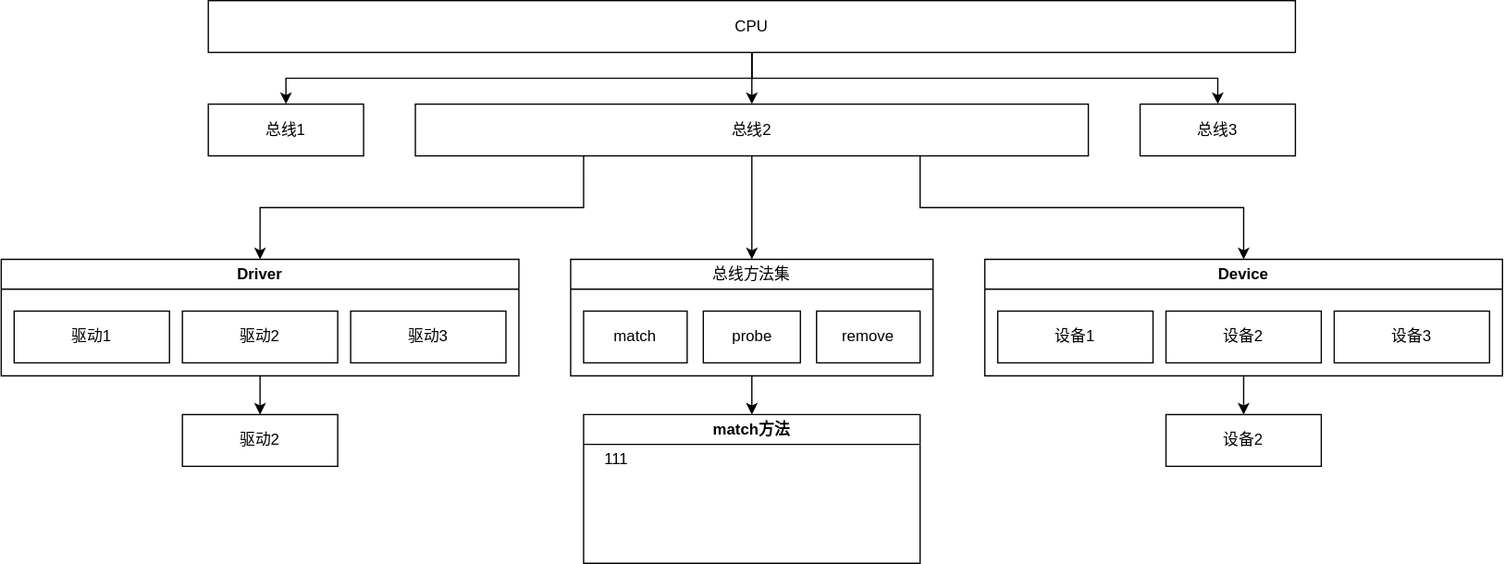
h13-0/Notebooks keeps this draw.io diagram as Linux内核原理及其开发/Resources/V4L2设备层级.drawio.svg. Above is the earlier version. Source tidied: cells renumbered, new cells last; positions are measured from the earlier drawing's top-left corner, leaving out a move shared by most shapes.
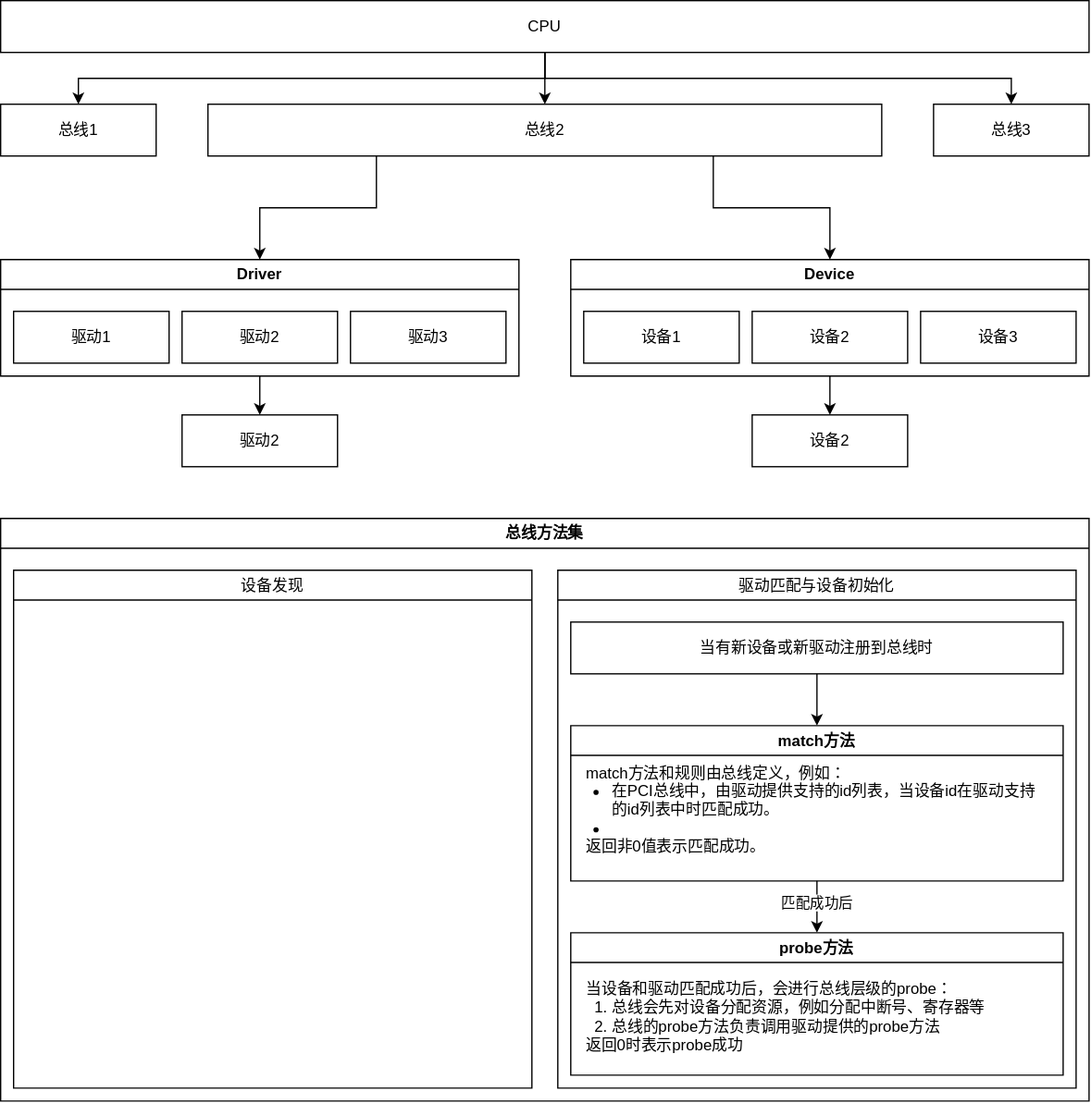
The same file after the commit.

Commit message:
vault backup: 2025-05-10 18:45:05

Diff of the diagram source:
```diff
@@ -17,9 +17,6 @@
     <mxCell id="6" value="总线1" style="rounded=0;whiteSpace=wrap;html=1;" parent="1" vertex="1">
       <mxGeometry x="160" y="80" width="120" height="40" as="geometry" />
     </mxCell>
-    <mxCell id="7" style="edgeStyle=orthogonalEdgeStyle;rounded=0;jettySize=auto;html=1;exitX=0.5;exitY=1;exitDx=0;exitDy=0;entryX=0.5;entryY=0;entryDx=0;entryDy=0;" parent="1" edge="1" source="10" target="25">
-      <mxGeometry relative="1" as="geometry" />
-    </mxCell>
     <mxCell id="8" style="edgeStyle=orthogonalEdgeStyle;rounded=0;jettySize=auto;html=1;exitX=0.25;exitY=1;exitDx=0;exitDy=0;entryX=0.5;entryY=0;entryDx=0;entryDy=0;" parent="1" edge="1" source="10" target="13">
       <mxGeometry relative="1" as="geometry" />
     </mxCell>
@@ -36,7 +33,7 @@
       <mxGeometry relative="1" as="geometry" />
     </mxCell>
     <mxCell id="13" value="Driver" style="swimlane;whiteSpace=wrap;html=1;" parent="1" vertex="1">
-      <mxGeometry y="200" width="400" height="90" as="geometry" />
+      <mxGeometry x="160" y="200" width="400" height="90" as="geometry" />
     </mxCell>
     <mxCell id="14" value="驱动3" style="rounded=0;whiteSpace=wrap;html=1;" parent="13" vertex="1">
       <mxGeometry x="270" y="40" width="120" height="40" as="geometry" />
@@ -51,7 +48,7 @@
       <mxGeometry relative="1" as="geometry" />
     </mxCell>
     <mxCell id="18" value="Device" style="swimlane;whiteSpace=wrap;html=1;" parent="1" vertex="1">
-      <mxGeometry x="760" y="200" width="400" height="90" as="geometry" />
+      <mxGeometry x="600" y="200" width="400" height="90" as="geometry" />
     </mxCell>
     <mxCell id="19" value="设备3" style="rounded=0;whiteSpace=wrap;html=1;" parent="18" vertex="1">
       <mxGeometry x="270" y="40" width="120" height="40" as="geometry" />
@@ -63,31 +60,43 @@
       <mxGeometry x="10" y="40" width="120" height="40" as="geometry" />
     </mxCell>
     <mxCell id="22" value="驱动2" style="rounded=0;whiteSpace=wrap;html=1;" parent="1" vertex="1">
-      <mxGeometry x="140" y="320" width="120" height="40" as="geometry" />
+      <mxGeometry x="300" y="320" width="120" height="40" as="geometry" />
     </mxCell>
     <mxCell id="23" value="设备2" style="rounded=0;whiteSpace=wrap;html=1;" parent="1" vertex="1">
-      <mxGeometry x="900" y="320" width="120" height="40" as="geometry" />
+      <mxGeometry x="740" y="320" width="120" height="40" as="geometry" />
     </mxCell>
-    <mxCell id="24" style="edgeStyle=orthogonalEdgeStyle;rounded=0;jettySize=auto;html=1;exitX=0.5;exitY=1;exitDx=0;exitDy=0;entryX=0.5;entryY=0;entryDx=0;entryDy=0;" parent="1" edge="1" source="25" target="29">
-      <mxGeometry relative="1" as="geometry" />
-    </mxCell>
+    <mxCell id="31" value="总线方法集" style="swimlane;whiteSpace=wrap;html=1;" parent="1" vertex="1">
+      <mxGeometry x="160" y="400" width="840" height="450" as="geometry" />
+    </mxCell>
-    <mxCell id="25" value="&lt;span style=&quot;font-weight: normal;&quot;&gt;总线方法集&lt;/span&gt;" style="swimlane;whiteSpace=wrap;html=1;" parent="1" vertex="1">
-      <mxGeometry x="440" y="200" width="280" height="90" as="geometry" />
+    <mxCell id="25" value="&lt;span style=&quot;font-weight: 400;&quot;&gt;驱动匹配与设备初始化&lt;/span&gt;" style="swimlane;whiteSpace=wrap;html=1;" parent="31" vertex="1">
+      <mxGeometry x="430" y="40" width="400" height="400" as="geometry" />
     </mxCell>
-    <mxCell id="26" value="match" style="rounded=0;whiteSpace=wrap;html=1;" parent="25" vertex="1">
-      <mxGeometry x="10" y="40" width="80" height="40" as="geometry" />
-    </mxCell>
-    <mxCell id="27" value="probe" style="rounded=0;whiteSpace=wrap;html=1;" parent="25" vertex="1">
-      <mxGeometry x="102.5" y="40" width="75" height="40" as="geometry" />
-    </mxCell>
-    <mxCell id="28" value="remove" style="rounded=0;whiteSpace=wrap;html=1;" parent="25" vertex="1">
-      <mxGeometry x="190" y="40" width="80" height="40" as="geometry" />
-    </mxCell>
+    <mxCell id="32" style="edgeStyle=orthogonalEdgeStyle;rounded=0;jettySize=auto;html=1;exitX=0.5;exitY=1;exitDx=0;exitDy=0;entryX=0.5;entryY=0;entryDx=0;entryDy=0;" parent="25" edge="1" source="29" target="37">
+      <mxGeometry relative="1" as="geometry" />
+    </mxCell>
+    <mxCell id="33" value="匹配成功后" style="edgeLabel;html=1;align=center;verticalAlign=middle;" parent="32" vertex="1">
+      <mxGeometry x="-0.18" relative="1" as="geometry" />
+    </mxCell>
-    <mxCell id="29" value="match方法" style="swimlane;whiteSpace=wrap;html=1;" parent="1" vertex="1">
-      <mxGeometry x="450" y="320" width="260" height="115" as="geometry" />
+    <mxCell id="29" value="match方法" style="swimlane;whiteSpace=wrap;html=1;" parent="25" vertex="1">
+      <mxGeometry x="10" y="120" width="380" height="120" as="geometry" />
     </mxCell>
-    <mxCell id="30" value="111" style="text;html=1;align=center;verticalAlign=middle;strokeColor=none;fillColor=none;" parent="29" vertex="1">
-      <mxGeometry x="5" y="20" width="40" height="30" as="geometry" />
-    </mxCell>
+    <mxCell id="34" value="match方法和规则由总线定义，例如：&lt;div&gt;&lt;ul style=&quot;margin-top: 0px; padding-left: 20px; margin-bottom: 0px;&quot;&gt;&lt;li&gt;&lt;span style=&quot;background-color: transparent; color: light-dark(rgb(0, 0, 0), rgb(255, 255, 255));&quot;&gt;在PCI总线中，由驱动提供支持的id列表，当设备id在驱动支持的id列表中时匹配成功。&lt;/span&gt;&lt;/li&gt;&lt;li&gt;&lt;span style=&quot;background-color: transparent; color: light-dark(rgb(0, 0, 0), rgb(255, 255, 255));&quot;&gt;&lt;br&gt;&lt;/span&gt;&lt;/li&gt;&lt;/ul&gt;返回非0值表示匹配成功。&lt;/div&gt;" style="text;html=1;align=left;verticalAlign=middle;whiteSpace=wrap;rounded=0;" parent="29" vertex="1">
+      <mxGeometry x="10" y="30" width="360" height="70" as="geometry" />
+    </mxCell>
+    <mxCell id="35" style="edgeStyle=orthogonalEdgeStyle;rounded=0;jettySize=auto;html=1;exitX=0.5;exitY=1;exitDx=0;exitDy=0;entryX=0.5;entryY=0;entryDx=0;entryDy=0;" parent="25" edge="1" source="36" target="29">
+      <mxGeometry relative="1" as="geometry" />
+    </mxCell>
+    <mxCell id="36" value="当有新设备或新驱动注册到总线时" style="rounded=0;whiteSpace=wrap;html=1;" parent="25" vertex="1">
+      <mxGeometry x="10" y="40" width="380" height="40" as="geometry" />
+    </mxCell>
+    <mxCell id="37" value="probe方法" style="swimlane;whiteSpace=wrap;html=1;" parent="25" vertex="1">
+      <mxGeometry x="10" y="280" width="380" height="110" as="geometry" />
+    </mxCell>
+    <mxCell id="38" value="&lt;div&gt;当设备和驱动匹配成功后，会进行总线层级的probe：&lt;/div&gt;&lt;div&gt;&lt;ol style=&quot;padding-left: 20px; margin-top: 0px; margin-bottom: 0px;&quot;&gt;&lt;li&gt;总线会先对设备分配资源，例如分配中断号、寄存器等&lt;/li&gt;&lt;li&gt;总线的probe方法负责调用驱动提供的probe方法&lt;/li&gt;&lt;/ol&gt;&lt;div&gt;返回0时表示probe成功&lt;/div&gt;&lt;/div&gt;" style="text;html=1;align=left;verticalAlign=middle;whiteSpace=wrap;rounded=0;" parent="37" vertex="1">
+      <mxGeometry x="10" y="30" width="360" height="70" as="geometry" />
+    </mxCell>
+    <mxCell id="39" value="&lt;span style=&quot;font-weight: 400;&quot;&gt;设备发现&lt;/span&gt;" style="swimlane;whiteSpace=wrap;html=1;" parent="31" vertex="1">
+      <mxGeometry x="10" y="40" width="400" height="400" as="geometry" />
+    </mxCell>
   </root>
 </mxGraphModel>
```
